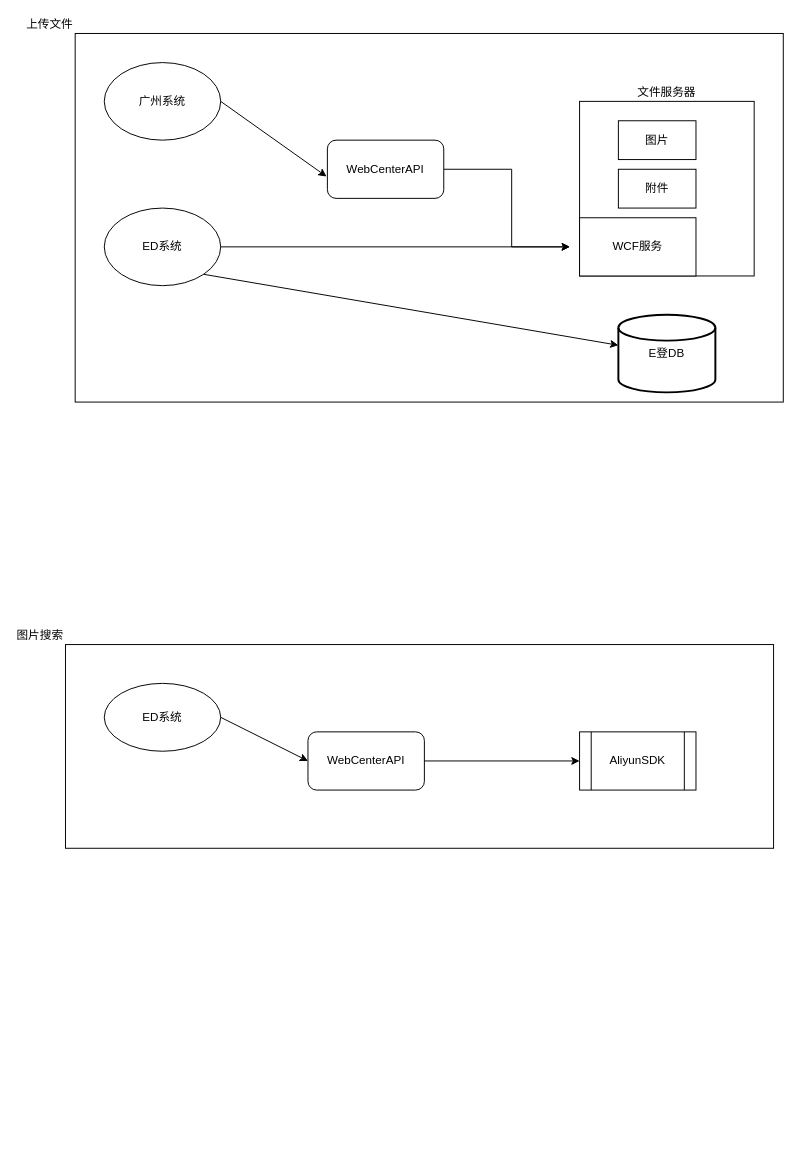
Above: 未命名绘图.drawio in J-W-Chan/PDM (draw.io), before the change. Source tidied: cells renumbered, new cells numbered last; positions are measured from the earlier drawing's top-left corner, leaving out a move shared by most shapes. Both pictures are drawn from the tidied source at 97%, with x=0, y=0 at pixel (65, 33).
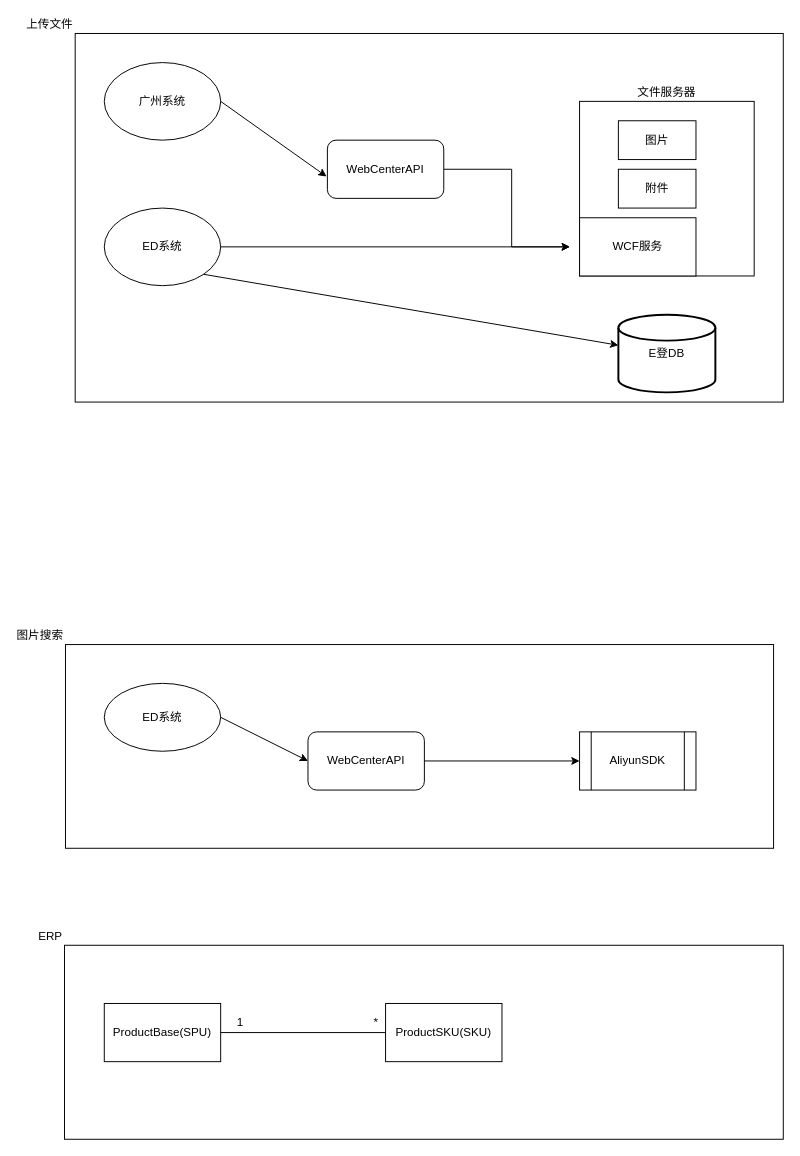
The same page after the edit.

Change to the diagram source:
```diff
@@
+    <mxCell id="21" value="ERP" style="rounded=0;whiteSpace=wrap;html=1;labelPosition=left;verticalLabelPosition=top;align=right;verticalAlign=bottom;" parent="1" vertex="1">
+      <mxGeometry x="-1" y="940" width="741" height="200" as="geometry" />
+    </mxCell>
@@
+    <mxCell id="22" value="ProductBase(SPU)" style="rounded=0;whiteSpace=wrap;html=1;" parent="1" vertex="1">
+      <mxGeometry x="40" y="1000" width="120" height="60" as="geometry" />
+    </mxCell>
+    <mxCell id="23" value="ProductSKU(SKU)" style="rounded=0;whiteSpace=wrap;html=1;" parent="1" vertex="1">
+      <mxGeometry x="330" y="1000" width="120" height="60" as="geometry" />
+    </mxCell>
+    <mxCell id="24" style="endArrow=none;html=1;entryX=0;entryY=0.5;entryDx=0;entryDy=0;" parent="1" edge="1" target="23">
+      <mxGeometry relative="1" as="geometry">
+        <mxPoint x="160" y="1030" as="sourcePoint" />
+      </mxGeometry>
+    </mxCell>
+    <mxCell id="25" value="1" style="text;html=1;align=center;verticalAlign=middle;" parent="1" vertex="1">
+      <mxGeometry x="170" y="1010" width="20" height="20" as="geometry" />
+    </mxCell>
+    <mxCell id="26" value="*" style="text;html=1;align=center;verticalAlign=middle;" parent="1" vertex="1">
+      <mxGeometry x="310" y="1010" width="20" height="20" as="geometry" />
+    </mxCell>
```
